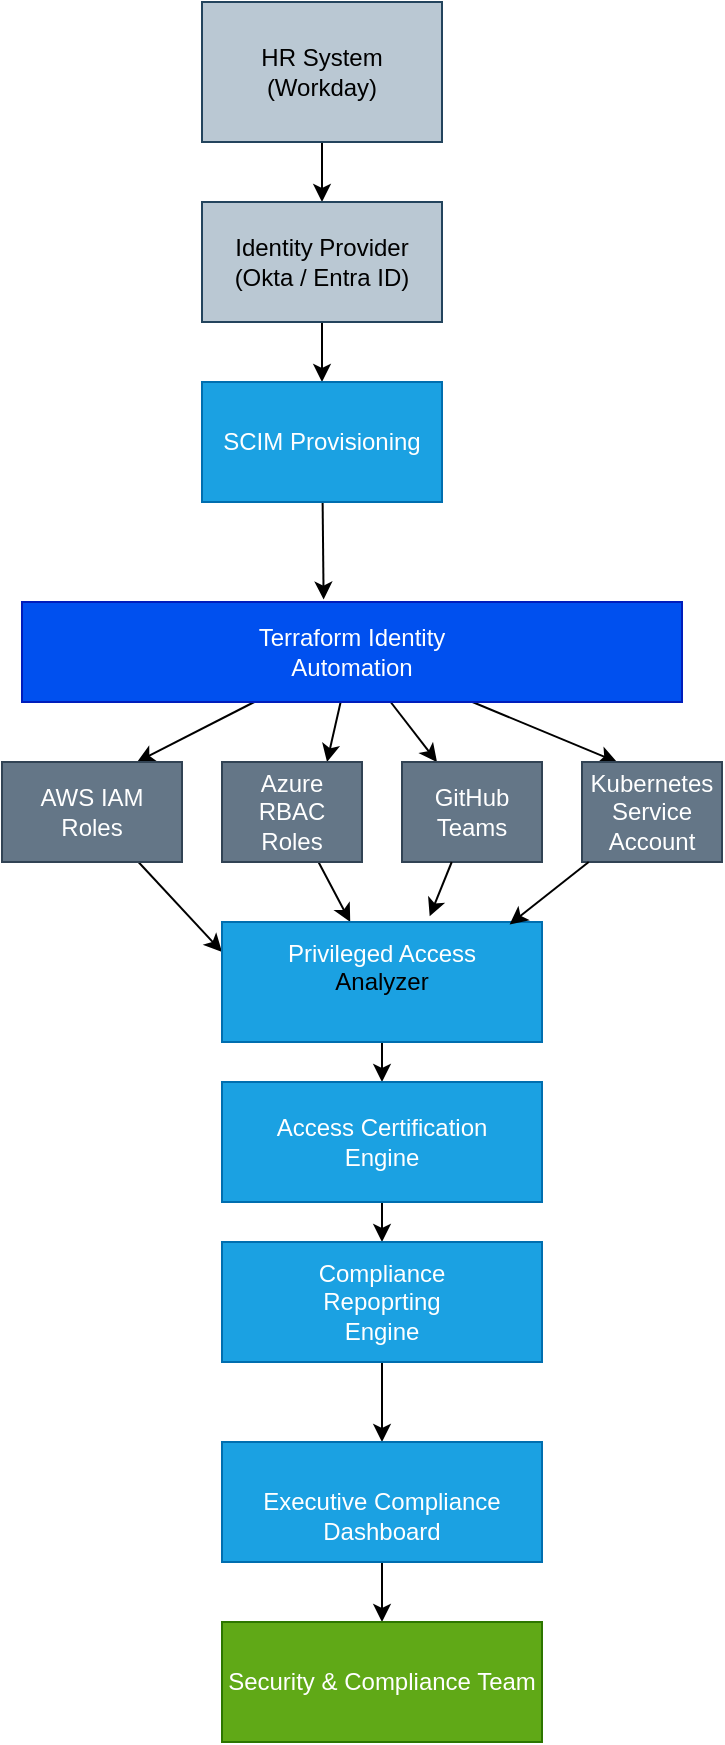
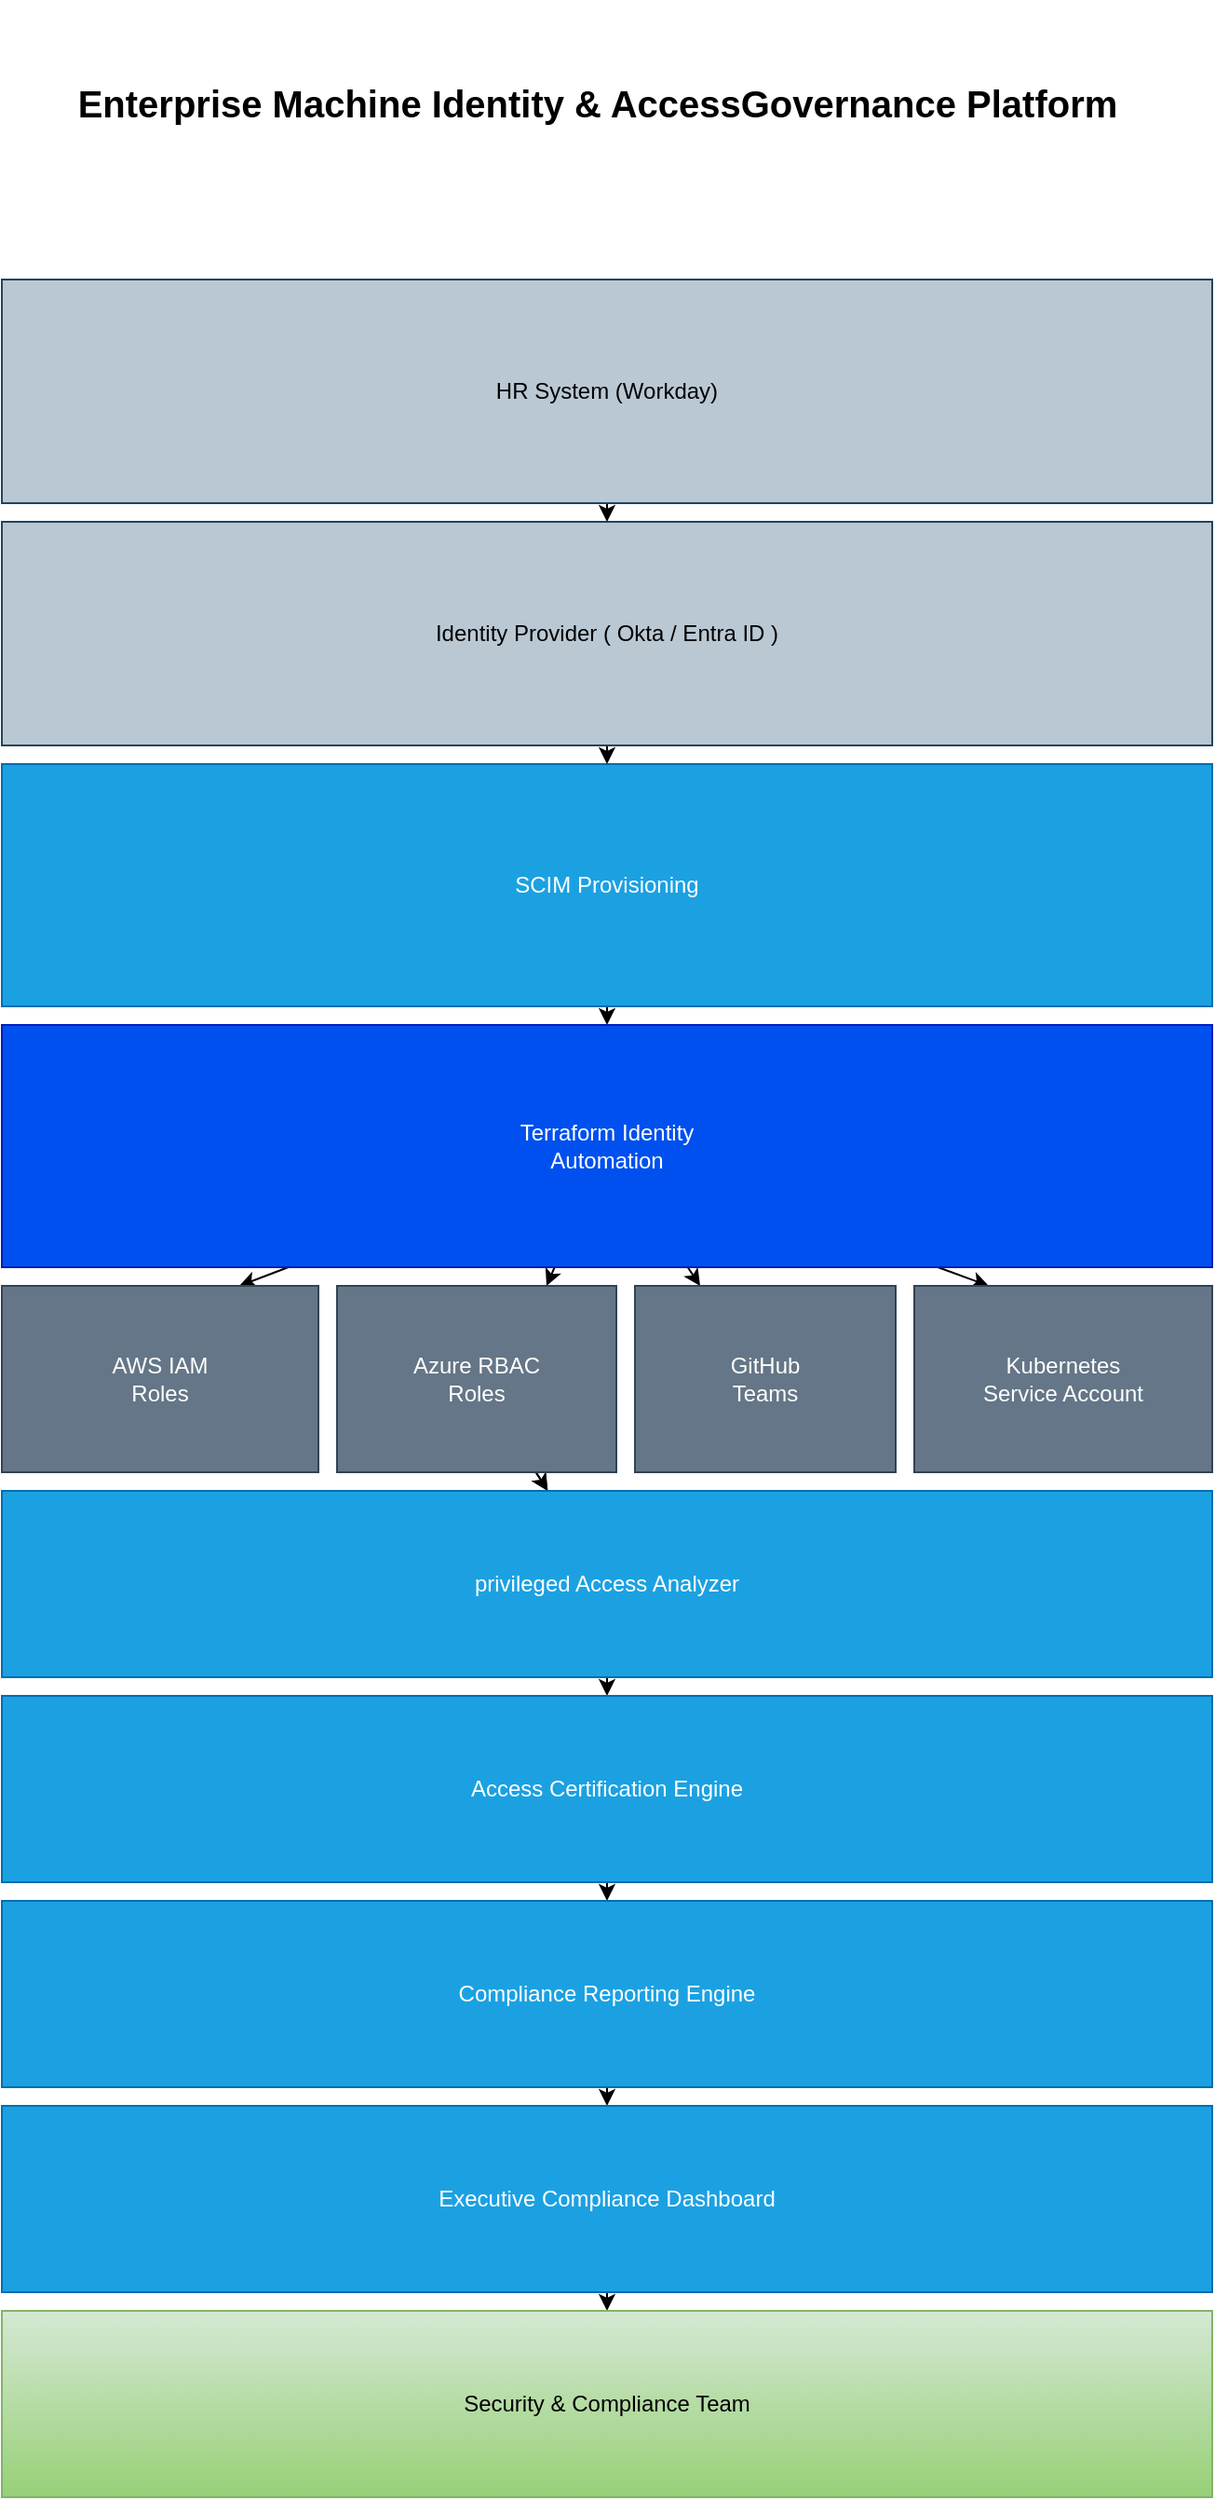
<mxfile host="65bd71144e">
    <diagram id="HuCNSLue9BQSwzb-AjQZ" name="Page-1">
-         <mxGraphModel dx="736" dy="649" grid="1" gridSize="10" guides="1" tooltips="1" connect="1" arrows="1" fold="1" page="1" pageScale="1" pageWidth="850" pageHeight="1100" math="0" shadow="0">
+         <mxGraphModel dx="886" dy="1515" grid="1" gridSize="10" guides="1" tooltips="1" connect="1" arrows="1" fold="1" page="1" pageScale="1" pageWidth="850" pageHeight="1100" math="0" shadow="0">
            <root>
                <mxCell id="0"/>
                <mxCell id="1" parent="0"/>
-                 <mxCell id="4" style="edgeStyle=none;html=1;entryX=0.5;entryY=0;entryDx=0;entryDy=0;" edge="1" parent="1" source="2" target="3">
+                 <mxCell id="56" value="" style="edgeStyle=none;html=1;" edge="1" parent="1" source="5" target="7">
                    <mxGeometry relative="1" as="geometry"/>
                </mxCell>
-                 <mxCell id="2" value="HR System&lt;div&gt;(Workday)&lt;/div&gt;" style="rounded=0;whiteSpace=wrap;html=1;fillColor=#bac8d3;strokeColor=#23445d;" vertex="1" parent="1">
-                     <mxGeometry x="270" y="270" width="120" height="70" as="geometry"/>
-                 </mxCell>
-                 <mxCell id="6" style="edgeStyle=none;html=1;exitX=0.5;exitY=1;exitDx=0;exitDy=0;entryX=0.5;entryY=0;entryDx=0;entryDy=0;" edge="1" parent="1" source="3" target="5">
-                     <mxGeometry relative="1" as="geometry"/>
-                 </mxCell>
-                 <mxCell id="3" value="Identity Provider&lt;div&gt;(Okta / Entra ID)&lt;/div&gt;" style="rounded=0;whiteSpace=wrap;html=1;fillColor=#bac8d3;strokeColor=#23445d;" vertex="1" parent="1">
-                     <mxGeometry x="270" y="370" width="120" height="60" as="geometry"/>
-                 </mxCell>
-                 <mxCell id="8" style="edgeStyle=none;html=1;entryX=0.457;entryY=-0.024;entryDx=0;entryDy=0;entryPerimeter=0;" edge="1" parent="1" source="5" target="7">
-                     <mxGeometry relative="1" as="geometry">
-                         <mxPoint x="330" y="560" as="targetPoint"/>
-                     </mxGeometry>
-                 </mxCell>
                <mxCell id="5" value="SCIM Provisioning" style="rounded=0;whiteSpace=wrap;html=1;fillColor=#1ba1e2;fontColor=#ffffff;strokeColor=#006EAF;" vertex="1" parent="1">
-                     <mxGeometry x="270" y="460" width="120" height="60" as="geometry"/>
+                     <mxGeometry x="30" y="380" width="650" height="130" as="geometry"/>
                </mxCell>
                <mxCell id="24" style="edgeStyle=none;html=1;entryX=0.75;entryY=0;entryDx=0;entryDy=0;" edge="1" parent="1" source="7" target="10">
                    <mxGeometry relative="1" as="geometry"/>
                </mxCell>
                <mxCell id="25" style="edgeStyle=none;html=1;entryX=0.25;entryY=0;entryDx=0;entryDy=0;" edge="1" parent="1" source="7" target="16">
                    <mxGeometry relative="1" as="geometry"/>
                </mxCell>
                <mxCell id="26" style="edgeStyle=none;html=1;entryX=0.25;entryY=0;entryDx=0;entryDy=0;" edge="1" parent="1" source="7" target="13">
                    <mxGeometry relative="1" as="geometry"/>
                </mxCell>
                <mxCell id="27" style="edgeStyle=none;html=1;entryX=0.75;entryY=0;entryDx=0;entryDy=0;" edge="1" parent="1" source="7" target="11">
                    <mxGeometry relative="1" as="geometry"/>
                </mxCell>
                <mxCell id="7" value="Terraform Identity&lt;div&gt;Automation&lt;/div&gt;" style="rounded=0;whiteSpace=wrap;html=1;fillColor=#0050ef;fontColor=#ffffff;strokeColor=#001DBC;" vertex="1" parent="1">
-                     <mxGeometry x="180" y="570" width="330" height="50" as="geometry"/>
+                     <mxGeometry x="30" y="520" width="650" height="130" as="geometry"/>
                </mxCell>
-                 <mxCell id="31" style="edgeStyle=none;html=1;entryX=0;entryY=0.25;entryDx=0;entryDy=0;" edge="1" parent="1" source="10" target="28">
+                 <mxCell id="10" value="AWS IAM&lt;div&gt;Roles&lt;/div&gt;" style="rounded=0;whiteSpace=wrap;html=1;fillColor=#647687;fontColor=#ffffff;strokeColor=#314354;" vertex="1" parent="1">
+                     <mxGeometry x="30" y="660" width="170" height="100" as="geometry"/>
+                 </mxCell>
+                 <mxCell id="57" value="" style="edgeStyle=none;html=1;" edge="1" parent="1" source="11" target="28">
                    <mxGeometry relative="1" as="geometry"/>
                </mxCell>
-                 <mxCell id="10" value="AWS IAM&lt;div&gt;Roles&lt;/div&gt;" style="rounded=0;whiteSpace=wrap;html=1;fillColor=#647687;fontColor=#ffffff;strokeColor=#314354;" vertex="1" parent="1">
-                     <mxGeometry x="170" y="650" width="90" height="50" as="geometry"/>
-                 </mxCell>
-                 <mxCell id="32" style="edgeStyle=none;html=1;" edge="1" parent="1" source="11" target="28">
+                 <mxCell id="58" value="" style="edgeStyle=none;html=1;" edge="1" parent="1" source="11" target="28">
                    <mxGeometry relative="1" as="geometry"/>
                </mxCell>
                <mxCell id="11" value="Azure RBAC&lt;div&gt;Roles&lt;/div&gt;" style="rounded=0;whiteSpace=wrap;html=1;fillColor=#647687;fontColor=#ffffff;strokeColor=#314354;" vertex="1" parent="1">
-                     <mxGeometry x="280" y="650" width="70" height="50" as="geometry"/>
+                     <mxGeometry x="210" y="660" width="150" height="100" as="geometry"/>
                </mxCell>
                <mxCell id="13" value="GitHub&lt;div&gt;Teams&lt;/div&gt;" style="rounded=0;whiteSpace=wrap;html=1;fillColor=#647687;fontColor=#ffffff;strokeColor=#314354;" vertex="1" parent="1">
-                     <mxGeometry x="370" y="650" width="70" height="50" as="geometry"/>
+                     <mxGeometry x="370" y="660" width="140" height="100" as="geometry"/>
                </mxCell>
                <mxCell id="16" value="Kubernetes&lt;div&gt;Service Account&lt;/div&gt;" style="rounded=0;whiteSpace=wrap;html=1;fillColor=#647687;fontColor=#ffffff;strokeColor=#314354;" vertex="1" parent="1">
-                     <mxGeometry x="460" y="650" width="70" height="50" as="geometry"/>
+                     <mxGeometry x="520" y="660" width="160" height="100" as="geometry"/>
                </mxCell>
-                 <mxCell id="35" style="edgeStyle=none;html=1;entryX=0.5;entryY=0;entryDx=0;entryDy=0;" edge="1" parent="1" source="28" target="29">
+                 <mxCell id="59" value="" style="edgeStyle=none;html=1;" edge="1" parent="1" source="28" target="50">
                    <mxGeometry relative="1" as="geometry"/>
                </mxCell>
-                 <mxCell id="28" value="Privileged Access&lt;div&gt;&lt;font color=&quot;#000000&quot;&gt;Analyzer&lt;br&gt;&lt;/font&gt;&lt;div&gt;&lt;br&gt;&lt;/div&gt;&lt;/div&gt;" style="rounded=0;whiteSpace=wrap;html=1;fillColor=#1ba1e2;strokeColor=#006EAF;fontColor=#ffffff;" vertex="1" parent="1">
-                     <mxGeometry x="280" y="730" width="160" height="60" as="geometry"/>
+                 <mxCell id="28" value="&lt;div&gt;&lt;div&gt;privileged Access Analyzer&lt;/div&gt;&lt;/div&gt;" style="rounded=0;whiteSpace=wrap;html=1;fillColor=#1ba1e2;strokeColor=#006EAF;fontColor=#ffffff;" vertex="1" parent="1">
+                     <mxGeometry x="30" y="770" width="650" height="100" as="geometry"/>
                </mxCell>
-                 <mxCell id="36" style="edgeStyle=none;html=1;entryX=0.5;entryY=0;entryDx=0;entryDy=0;" edge="1" parent="1" source="29" target="30">
+                 <mxCell id="55" value="" style="edgeStyle=none;html=1;" edge="1" parent="1" source="48" target="5">
                    <mxGeometry relative="1" as="geometry"/>
                </mxCell>
-                 <mxCell id="29" value="Access Certification&lt;div&gt;Engine&lt;/div&gt;" style="rounded=0;whiteSpace=wrap;html=1;fillColor=#1ba1e2;strokeColor=#006EAF;fontColor=#ffffff;" vertex="1" parent="1">
-                     <mxGeometry x="280" y="810" width="160" height="60" as="geometry"/>
+                 <mxCell id="48" value="Identity Provider ( Okta / Entra ID )" style="rounded=0;whiteSpace=wrap;html=1;fillColor=#bac8d3;strokeColor=#23445d;" vertex="1" parent="1">
+                     <mxGeometry x="30" y="250" width="650" height="120" as="geometry"/>
                </mxCell>
-                 <mxCell id="46" style="edgeStyle=none;html=1;entryX=0.5;entryY=0;entryDx=0;entryDy=0;" edge="1" parent="1" source="30" target="37">
+                 <mxCell id="54" value="" style="edgeStyle=none;html=1;" edge="1" parent="1" source="49" target="48">
                    <mxGeometry relative="1" as="geometry"/>
                </mxCell>
-                 <mxCell id="30" value="Compliance&lt;div&gt;Repoprting&lt;/div&gt;&lt;div&gt;Engine&lt;/div&gt;" style="rounded=0;whiteSpace=wrap;html=1;fillColor=#1ba1e2;strokeColor=#006EAF;fontColor=#ffffff;" vertex="1" parent="1">
-                     <mxGeometry x="280" y="890" width="160" height="60" as="geometry"/>
+                 <mxCell id="49" value="HR System (Workday)" style="rounded=0;whiteSpace=wrap;html=1;fillColor=#bac8d3;strokeColor=#23445d;" vertex="1" parent="1">
+                     <mxGeometry x="30" y="120" width="650" height="120" as="geometry"/>
                </mxCell>
-                 <mxCell id="33" style="edgeStyle=none;html=1;entryX=0.649;entryY=-0.047;entryDx=0;entryDy=0;entryPerimeter=0;" edge="1" parent="1" source="13" target="28">
+                 <mxCell id="60" value="" style="edgeStyle=none;html=1;" edge="1" parent="1" source="50" target="51">
                    <mxGeometry relative="1" as="geometry"/>
                </mxCell>
-                 <mxCell id="34" style="edgeStyle=none;html=1;entryX=0.899;entryY=0.02;entryDx=0;entryDy=0;entryPerimeter=0;" edge="1" parent="1" source="16" target="28">
+                 <mxCell id="50" value="&lt;div&gt;&lt;div&gt;Access Certification Engine&lt;/div&gt;&lt;/div&gt;" style="rounded=0;whiteSpace=wrap;html=1;fillColor=#1ba1e2;strokeColor=#006EAF;fontColor=#ffffff;" vertex="1" parent="1">
+                     <mxGeometry x="30" y="880" width="650" height="100" as="geometry"/>
+                 </mxCell>
+                 <mxCell id="61" value="" style="edgeStyle=none;html=1;" edge="1" parent="1" source="51" target="52">
                    <mxGeometry relative="1" as="geometry"/>
                </mxCell>
-                 <mxCell id="45" style="edgeStyle=none;html=1;entryX=0.5;entryY=0;entryDx=0;entryDy=0;" edge="1" parent="1" source="37" target="43">
+                 <mxCell id="51" value="&lt;div&gt;&lt;div&gt;Compliance Reporting Engine&lt;/div&gt;&lt;/div&gt;" style="rounded=0;whiteSpace=wrap;html=1;fillColor=#1ba1e2;strokeColor=#006EAF;fontColor=#ffffff;" vertex="1" parent="1">
+                     <mxGeometry x="30" y="990" width="650" height="100" as="geometry"/>
+                 </mxCell>
+                 <mxCell id="62" value="" style="edgeStyle=none;html=1;" edge="1" parent="1" source="52" target="53">
                    <mxGeometry relative="1" as="geometry"/>
                </mxCell>
-                 <mxCell id="37" value="&lt;br&gt;&lt;div&gt;Executive Compliance&lt;/div&gt;&lt;div&gt;Dashboard&lt;/div&gt;" style="rounded=0;whiteSpace=wrap;html=1;fillColor=#1ba1e2;fontColor=#ffffff;strokeColor=#006EAF;" vertex="1" parent="1">
-                     <mxGeometry x="280" y="990" width="160" height="60" as="geometry"/>
+                 <mxCell id="52" value="&lt;div&gt;&lt;div&gt;Executive Compliance Dashboard&lt;/div&gt;&lt;/div&gt;" style="rounded=0;whiteSpace=wrap;html=1;fillColor=#1ba1e2;strokeColor=#006EAF;fontColor=#ffffff;" vertex="1" parent="1">
+                     <mxGeometry x="30" y="1100" width="650" height="100" as="geometry"/>
                </mxCell>
-                 <mxCell id="43" value="Security &amp;amp; Compliance Team" style="rounded=0;whiteSpace=wrap;html=1;fillColor=#60a917;fontColor=#ffffff;strokeColor=#2D7600;" vertex="1" parent="1">
-                     <mxGeometry x="280" y="1080" width="160" height="60" as="geometry"/>
+                 <mxCell id="53" value="&lt;div&gt;&lt;div&gt;Security &amp;amp; Compliance Team&lt;/div&gt;&lt;/div&gt;" style="rounded=0;whiteSpace=wrap;html=1;fillColor=#d5e8d4;strokeColor=#82b366;gradientColor=#97d077;" vertex="1" parent="1">
+                     <mxGeometry x="30" y="1210" width="650" height="100" as="geometry"/>
+                 </mxCell>
+                 <mxCell id="63" value="&lt;font style=&quot;font-size: 20px;&quot;&gt;&lt;b&gt;Enterprise Machine Identity &amp;amp; AccessGovernance Platform&lt;/b&gt;&lt;/font&gt;" style="text;strokeColor=none;align=center;fillColor=none;html=1;verticalAlign=middle;whiteSpace=wrap;rounded=0;" vertex="1" parent="1">
+                     <mxGeometry x="30" y="-30" width="640" height="110" as="geometry"/>
                </mxCell>
            </root>
        </mxGraphModel>
    </diagram>
</mxfile>